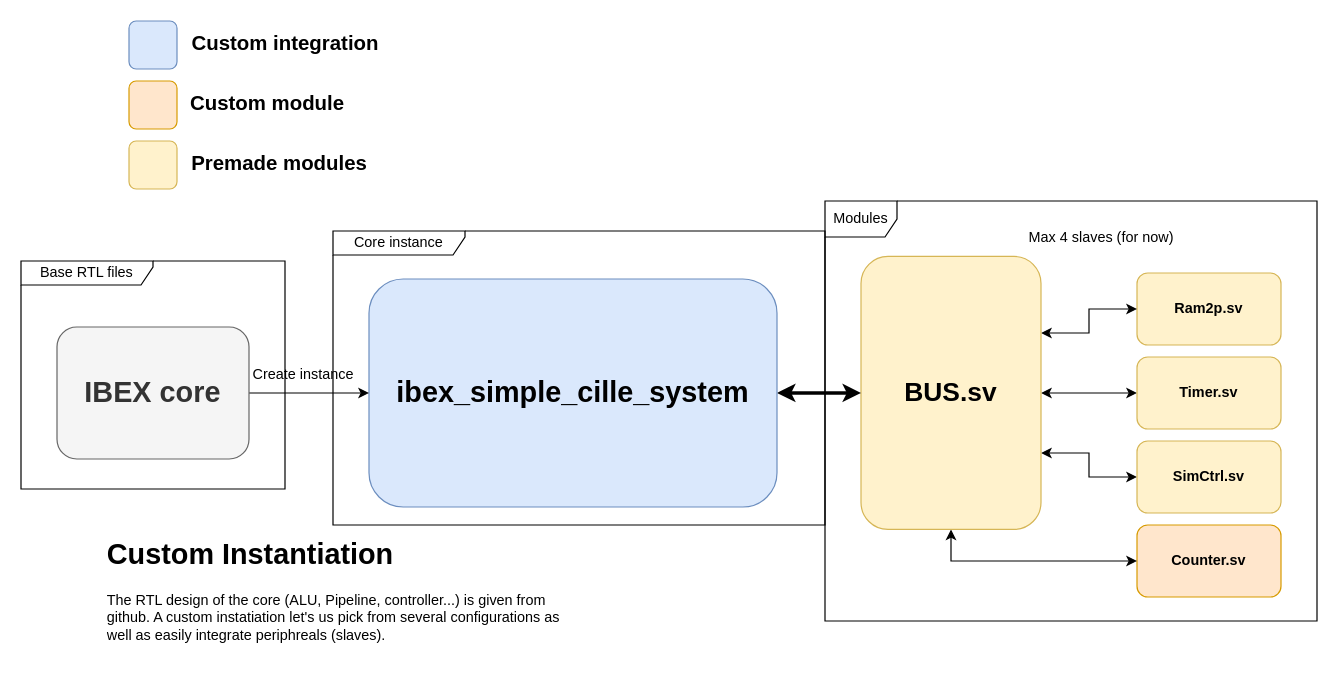
MKD-software/ibex keeps this draw.io diagram as page "Overall block diagram" (1 of 2) of figures/drawio-figures.drawio. Above is the earlier version. Source tidied: cells renumbered, new cells numbered last; positions are measured from the earlier drawing's top-left corner, leaving out a move shared by most shapes. Both pictures are drawn from the tidied source at 120%, with x=0, y=0 at pixel (20, 20).
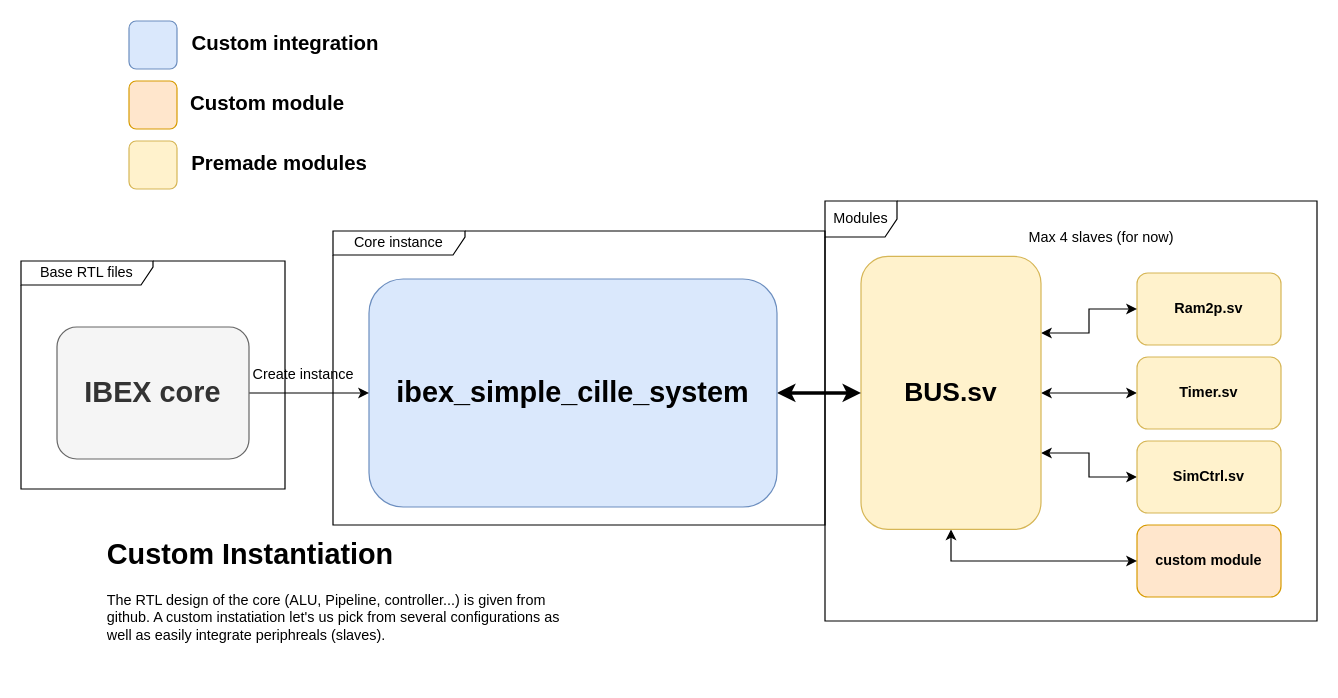
After the change.

Commit message (it also covers changes not shown here):
Added simple strider module. TODO: Cleanup and organize modules and test programs

What changed in the source:
```diff
@@
-    <mxCell id="2" value="&lt;b&gt;Counter.sv&lt;/b&gt;" style="rounded=1;whiteSpace=wrap;html=1;fillColor=#ffe6cc;strokeColor=#d79b00;" parent="1" vertex="1">
+    <mxCell id="2" value="&lt;b&gt;custom module&lt;/b&gt;" style="rounded=1;whiteSpace=wrap;html=1;fillColor=#ffe6cc;strokeColor=#d79b00;" parent="1" vertex="1">
       <mxGeometry x="930" y="420" width="120" height="60" as="geometry" />
     </mxCell>
```
